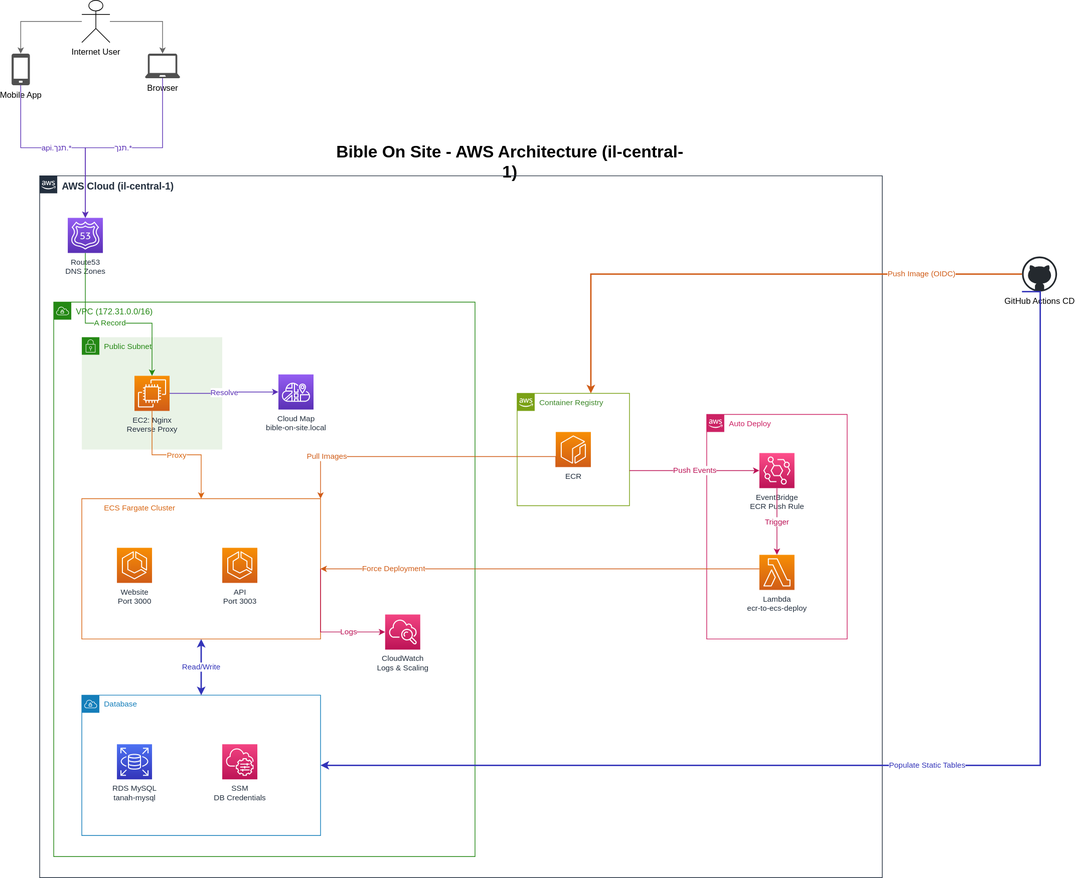
The draw.io diagram docs/aws/architecture/architecture.svg in bible-on-site/bible-on-site, before a commit. Source tidied: cells renumbered, new cells last; positions are measured from the earlier drawing's top-left corner, leaving out a move shared by most shapes.
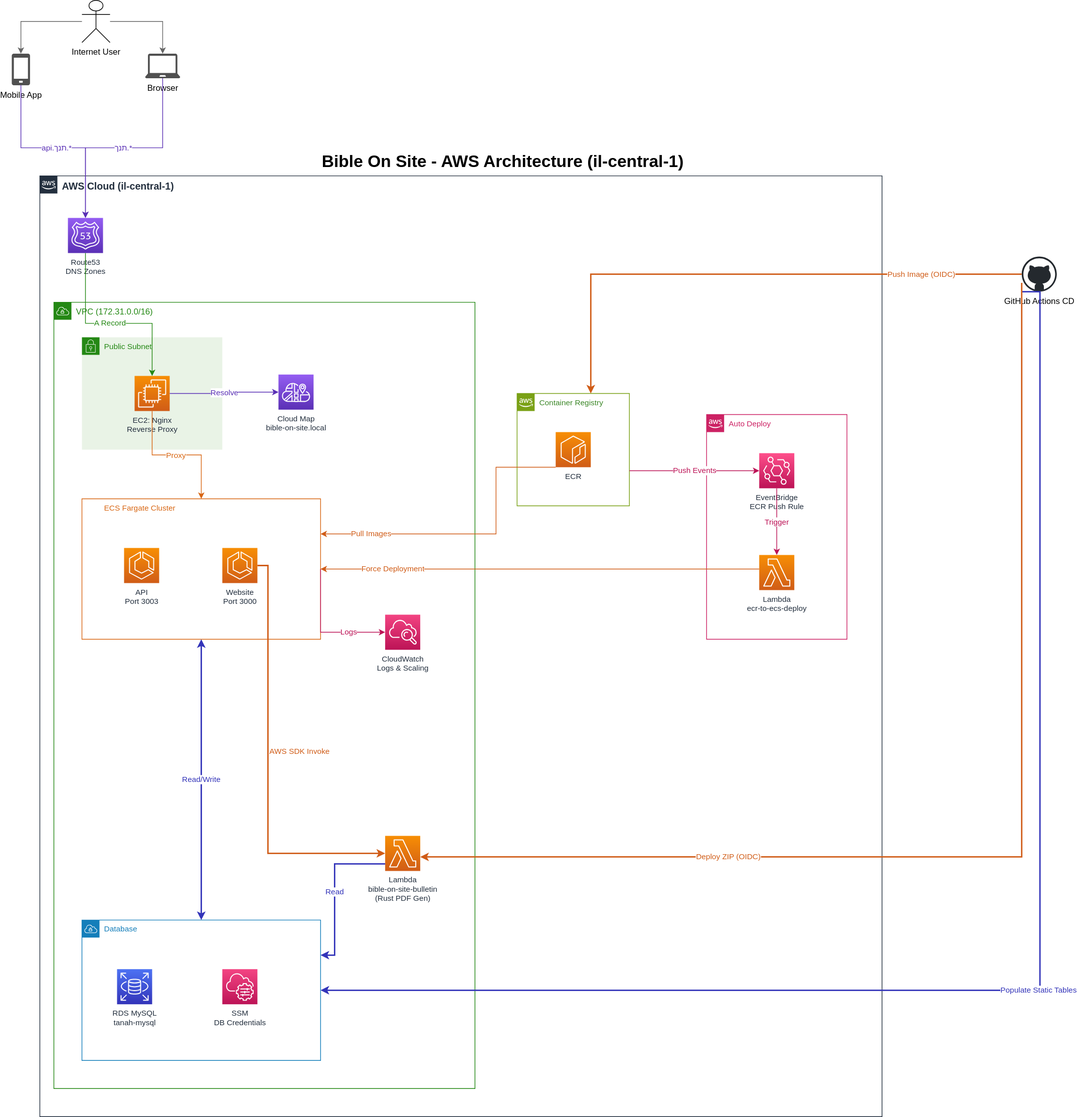
The same diagram one commit later.

Diff of the diagram source:
```diff
@@ -3,7 +3,7 @@
     <mxCell id="0" />
     <mxCell id="1" parent="0" />
     <mxCell id="2" value="Bible On Site - AWS Architecture (il-central-1)" style="text;html=1;strokeColor=none;fillColor=none;align=center;verticalAlign=middle;whiteSpace=wrap;rounded=0;fontSize=24;fontStyle=1;" parent="1" vertex="1">
-      <mxGeometry x="460" y="210" width="500" height="40" as="geometry" />
+      <mxGeometry x="440" y="210" width="520" height="40" as="geometry" />
     </mxCell>
     <mxCell id="3" value="Internet User" style="shape=umlActor;verticalLabelPosition=bottom;verticalAlign=top;html=1;" parent="1" vertex="1">
       <mxGeometry x="100" width="40" height="60" as="geometry" />
@@ -18,13 +18,13 @@
       <mxGeometry x="1439" y="365" width="50" height="50" as="geometry" />
     </mxCell>
     <mxCell id="7" value="AWS Cloud (il-central-1)" style="gradientColor=none;html=1;whiteSpace=wrap;fontSize=14;fontStyle=1;shape=mxgraph.aws4.group;grIcon=mxgraph.aws4.group_aws_cloud_alt;strokeColor=#232F3E;fillColor=none;verticalAlign=top;align=left;spacingLeft=30;fontColor=#232F3E;dashed=0;" parent="1" vertex="1">
-      <mxGeometry x="40" y="250" width="1200" height="1000" as="geometry" />
+      <mxGeometry x="40" y="250" width="1200" height="1340" as="geometry" />
     </mxCell>
     <mxCell id="8" value="Route53&lt;br&gt;DNS Zones" style="sketch=0;outlineConnect=0;fontColor=#232F3E;gradientColor=#945DF2;gradientDirection=north;fillColor=#5A30B5;strokeColor=#ffffff;dashed=0;verticalLabelPosition=bottom;verticalAlign=top;align=center;html=1;fontSize=11;fontStyle=0;shape=mxgraph.aws4.resourceIcon;resIcon=mxgraph.aws4.route_53;" parent="7" vertex="1">
       <mxGeometry x="40" y="60" width="50" height="50" as="geometry" />
     </mxCell>
     <mxCell id="9" value="VPC (172.31.0.0/16)" style="gradientColor=none;html=1;whiteSpace=wrap;fontSize=12;fontStyle=0;shape=mxgraph.aws4.group;grIcon=mxgraph.aws4.group_vpc;strokeColor=#248814;fillColor=none;verticalAlign=top;align=left;spacingLeft=30;fontColor=#248814;dashed=0;" parent="7" vertex="1">
-      <mxGeometry x="20" y="180" width="600" height="790" as="geometry" />
+      <mxGeometry x="20" y="180" width="600" height="1120" as="geometry" />
     </mxCell>
     <mxCell id="10" value="Public Subnet" style="gradientColor=none;html=1;whiteSpace=wrap;fontSize=11;fontStyle=0;shape=mxgraph.aws4.group;grIcon=mxgraph.aws4.group_security_group;grStroke=0;strokeColor=#248814;fillColor=#E9F3E6;verticalAlign=top;align=left;spacingLeft=30;fontColor=#248814;dashed=0;" parent="9" vertex="1">
       <mxGeometry x="40" y="50" width="200" height="160" as="geometry" />
@@ -39,16 +39,16 @@
       <mxGeometry x="40" y="280" width="340" height="200" as="geometry" />
     </mxCell>
     <mxCell id="14" value="Website&lt;br&gt;Port 3000" style="sketch=0;outlineConnect=0;fontColor=#232F3E;gradientColor=#F78E04;gradientDirection=north;fillColor=#D05C17;strokeColor=#ffffff;dashed=0;verticalLabelPosition=bottom;verticalAlign=top;align=center;html=1;fontSize=11;fontStyle=0;shape=mxgraph.aws4.resourceIcon;resIcon=mxgraph.aws4.ecs;" parent="13" vertex="1">
-      <mxGeometry x="50" y="70" width="50" height="50" as="geometry" />
+      <mxGeometry x="200" y="70" width="50" height="50" as="geometry" />
     </mxCell>
     <mxCell id="15" value="API&lt;br&gt;Port 3003" style="sketch=0;fontColor=#232F3E;gradientColor=#F78E04;gradientDirection=north;fillColor=#D05C17;strokeColor=#ffffff;dashed=0;verticalLabelPosition=bottom;verticalAlign=top;align=center;html=1;fontSize=11;fontStyle=0;shape=mxgraph.aws4.resourceIcon;resIcon=mxgraph.aws4.ecs;" parent="13" vertex="1">
-      <mxGeometry x="200" y="70" width="50" height="50" as="geometry" />
+      <mxGeometry x="60" y="70" width="50" height="50" as="geometry" />
     </mxCell>
     <mxCell id="16" value="CloudWatch&lt;br&gt;Logs &amp; Scaling" style="sketch=0;outlineConnect=0;fontColor=#232F3E;gradientColor=#F34482;gradientDirection=north;fillColor=#BC1356;strokeColor=#ffffff;dashed=0;verticalLabelPosition=bottom;verticalAlign=top;align=center;html=1;fontSize=11;fontStyle=0;shape=mxgraph.aws4.resourceIcon;resIcon=mxgraph.aws4.cloudwatch;" parent="9" vertex="1">
       <mxGeometry x="472" y="445" width="50" height="50" as="geometry" />
     </mxCell>
     <mxCell id="17" value="Database" style="points=[[0,0],[0.25,0],[0.5,0],[0.75,0],[1,0],[1,0.25],[1,0.5],[1,0.75],[1,1],[0.75,1],[0.5,1],[0.25,1],[0,1],[0,0.75],[0,0.5],[0,0.25]];outlineConnect=0;gradientColor=none;html=1;whiteSpace=wrap;fontSize=11;fontStyle=0;shape=mxgraph.aws4.group;grIcon=mxgraph.aws4.group_vpc;strokeColor=#147EBA;fillColor=none;verticalAlign=top;align=left;spacingLeft=30;fontColor=#147EBA;dashed=0;" parent="9" vertex="1">
-      <mxGeometry x="40" y="560" width="340" height="200" as="geometry" />
+      <mxGeometry x="40" y="880" width="340" height="200" as="geometry" />
     </mxCell>
     <mxCell id="18" value="RDS MySQL&lt;br&gt;tanah-mysql" style="sketch=0;fontColor=#232F3E;gradientColor=#4D72F3;gradientDirection=north;fillColor=#3334B9;strokeColor=#ffffff;dashed=0;verticalLabelPosition=bottom;verticalAlign=top;align=center;html=1;fontSize=11;fontStyle=0;shape=mxgraph.aws4.resourceIcon;resIcon=mxgraph.aws4.rds;" parent="17" vertex="1">
       <mxGeometry x="50" y="70" width="50" height="50" as="geometry" />
@@ -56,6 +56,25 @@
     <mxCell id="19" value="SSM&lt;br&gt;DB Credentials" style="sketch=0;fontColor=#232F3E;gradientColor=#F34482;gradientDirection=north;fillColor=#BC1356;strokeColor=#ffffff;dashed=0;verticalLabelPosition=bottom;verticalAlign=top;align=center;html=1;fontSize=11;fontStyle=0;shape=mxgraph.aws4.resourceIcon;resIcon=mxgraph.aws4.systems_manager;" parent="17" vertex="1">
       <mxGeometry x="200" y="70" width="50" height="50" as="geometry" />
     </mxCell>
+    <mxCell id="40" value="Lambda&lt;br&gt;bible-on-site-bulletin&lt;br&gt;(Rust PDF Gen)" style="sketch=0;outlineConnect=0;fontColor=#232F3E;gradientColor=#F78E04;gradientDirection=north;fillColor=#D05C17;strokeColor=#ffffff;dashed=0;verticalLabelPosition=bottom;verticalAlign=top;align=center;html=1;fontSize=11;fontStyle=0;shape=mxgraph.aws4.resourceIcon;resIcon=mxgraph.aws4.lambda;" parent="9" vertex="1">
+      <mxGeometry x="472" y="760" width="50" height="50" as="geometry" />
+    </mxCell>
+    <mxCell id="41" value="AWS SDK Invoke" style="edgeStyle=orthogonalEdgeStyle;rounded=0;jettySize=auto;html=1;endArrow=classic;strokeWidth=2;strokeColor=#D05C17;fontColor=#D05C17;exitX=1;exitY=0.5;entryX=0;entryY=0.5;" parent="9" edge="1" source="14" target="40">
+      <mxGeometry x="-0.05" y="45" relative="1" as="geometry">
+        <Array as="points">
+          <mxPoint x="305" y="375" />
+          <mxPoint x="305" y="785" />
+        </Array>
+      </mxGeometry>
+    </mxCell>
+    <mxCell id="42" value="Read" style="edgeStyle=orthogonalEdgeStyle;rounded=0;jettySize=auto;html=1;endArrow=classic;strokeWidth=2;strokeColor=#3334B9;fontColor=#3334B9;entryX=1;entryY=0.25;entryDx=0;entryDy=0;startArrow=none;startFill=0;" parent="9" edge="1" source="40" target="17">
+      <mxGeometry relative="1" as="geometry">
+        <Array as="points">
+          <mxPoint x="400" y="800" />
+          <mxPoint x="400" y="930" />
+        </Array>
+      </mxGeometry>
+    </mxCell>
     <mxCell id="20" value="Container Registry" style="points=[[0,0],[0.25,0],[0.5,0],[0.75,0],[1,0],[1,0.25],[1,0.5],[1,0.75],[1,1],[0.75,1],[0.5,1],[0.25,1],[0,1],[0,0.75],[0,0.5],[0,0.25]];outlineConnect=0;gradientColor=none;html=1;whiteSpace=wrap;fontSize=11;fontStyle=0;shape=mxgraph.aws4.group;grIcon=mxgraph.aws4.group_aws_cloud_alt;strokeColor=#7AA116;fillColor=none;verticalAlign=top;align=left;spacingLeft=30;fontColor=#3B8727;dashed=0;" parent="7" vertex="1">
       <mxGeometry x="680" y="310" width="160" height="160" as="geometry" />
     </mxCell>
@@ -139,15 +158,15 @@
       <mxGeometry relative="1" as="geometry">
         <Array as="points">
           <mxPoint x="1465" y="415" />
-          <mxPoint x="1465" y="1090" />
+          <mxPoint x="1465" y="1410" />
         </Array>
       </mxGeometry>
     </mxCell>
-    <mxCell id="38" value="Pull Images" style="edgeStyle=orthogonalEdgeStyle;rounded=0;jettySize=auto;html=1;endArrow=classic;strokeWidth=1;strokeColor=#D05C17;fontColor=#D05C17;exitX=0;exitY=1;entryX=1;entryY=0;" parent="1" edge="1" source="21" target="13">
+    <mxCell id="38" value="Pull Images" style="edgeStyle=orthogonalEdgeStyle;rounded=0;jettySize=auto;html=1;endArrow=classic;strokeWidth=1;strokeColor=#D05C17;fontColor=#D05C17;exitX=0;exitY=1;entryX=1;entryY=0.25;entryDx=0;entryDy=0;" parent="1" edge="1" source="21" target="13">
       <mxGeometry x="0.67" relative="1" as="geometry">
         <Array as="points">
-          <mxPoint x="775" y="650" />
-          <mxPoint x="440" y="650" />
+          <mxPoint x="690" y="665" />
+          <mxPoint x="690" y="760" />
         </Array>
       </mxGeometry>
     </mxCell>
@@ -159,5 +178,12 @@
         </Array>
       </mxGeometry>
     </mxCell>
+    <mxCell id="43" value="Deploy ZIP (OIDC)" style="edgeStyle=orthogonalEdgeStyle;rounded=0;jettySize=auto;html=1;endArrow=classic;strokeWidth=2;strokeColor=#D05C17;fontColor=#D05C17;exitX=0;exitY=0.75;" parent="1" edge="1" source="6" target="40">
+      <mxGeometry x="0.48" relative="1" as="geometry">
+        <Array as="points">
+          <mxPoint x="1439" y="1220" />
+        </Array>
+      </mxGeometry>
+    </mxCell>
   </root>
 </mxGraphModel>
```
